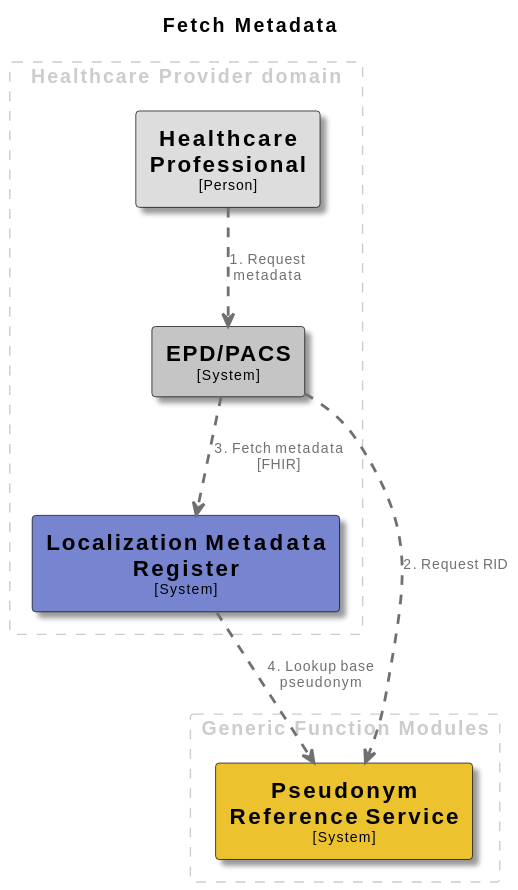
minvws/gfmodules-coordination keeps this PlantUML diagram as docs/images/structurizr-FetchMetadata.svg. Above is the earlier version.
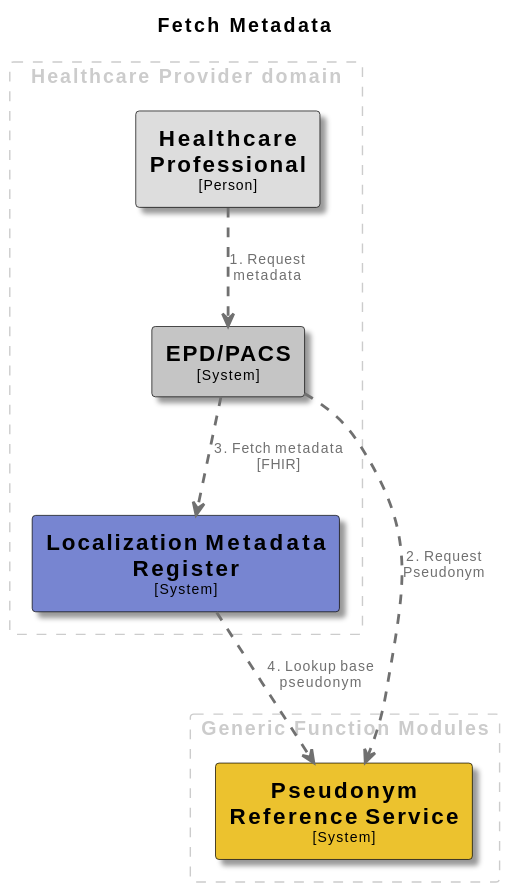
After the change.

What changed in the source:
```diff
@@ -57,7 +57,7 @@
 }
 
 HealthcareProfessional .[#707070,thickness=2].> EPDPACS : "<color:#707070>1. Request metadata"
-EPDPACS .[#707070,thickness=2].> PseudonymReferenceService : "<color:#707070>2. Request RID"
+EPDPACS .[#707070,thickness=2].> PseudonymReferenceService : "<color:#707070>2. Request Pseudonym"
 EPDPACS .[#707070,thickness=2].> LocalizationMetadataRegister : "<color:#707070>3. Fetch metadata [FHIR]"
 LocalizationMetadataRegister .[#707070,thickness=2].> PseudonymReferenceService : "<color:#707070>4. Lookup base pseudonym"
 @enduml
```
